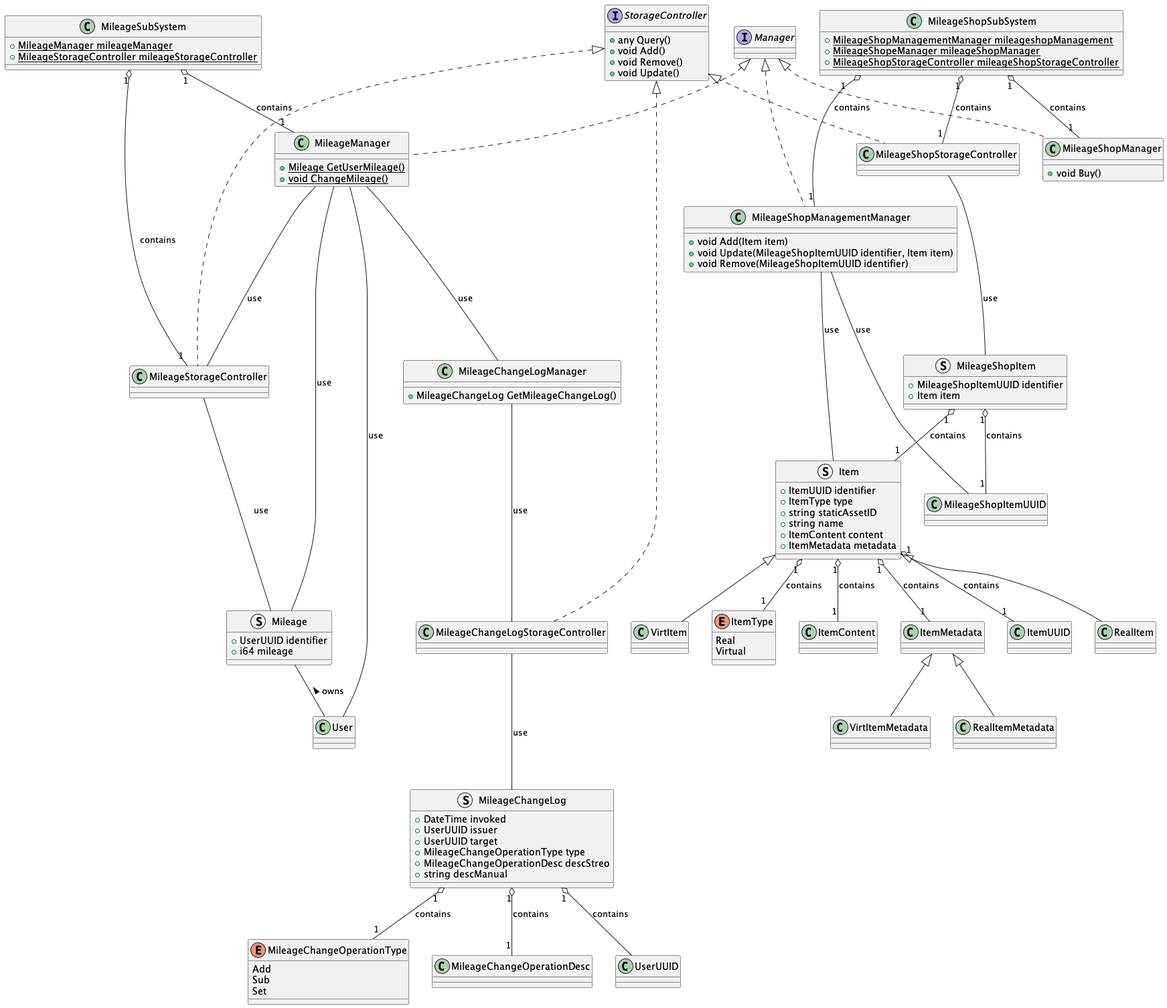
Before: rendered/Mileage.png, a diagram exported from PlantUML (ShapeLayer/se-lecture-task__project-structure-definitions).
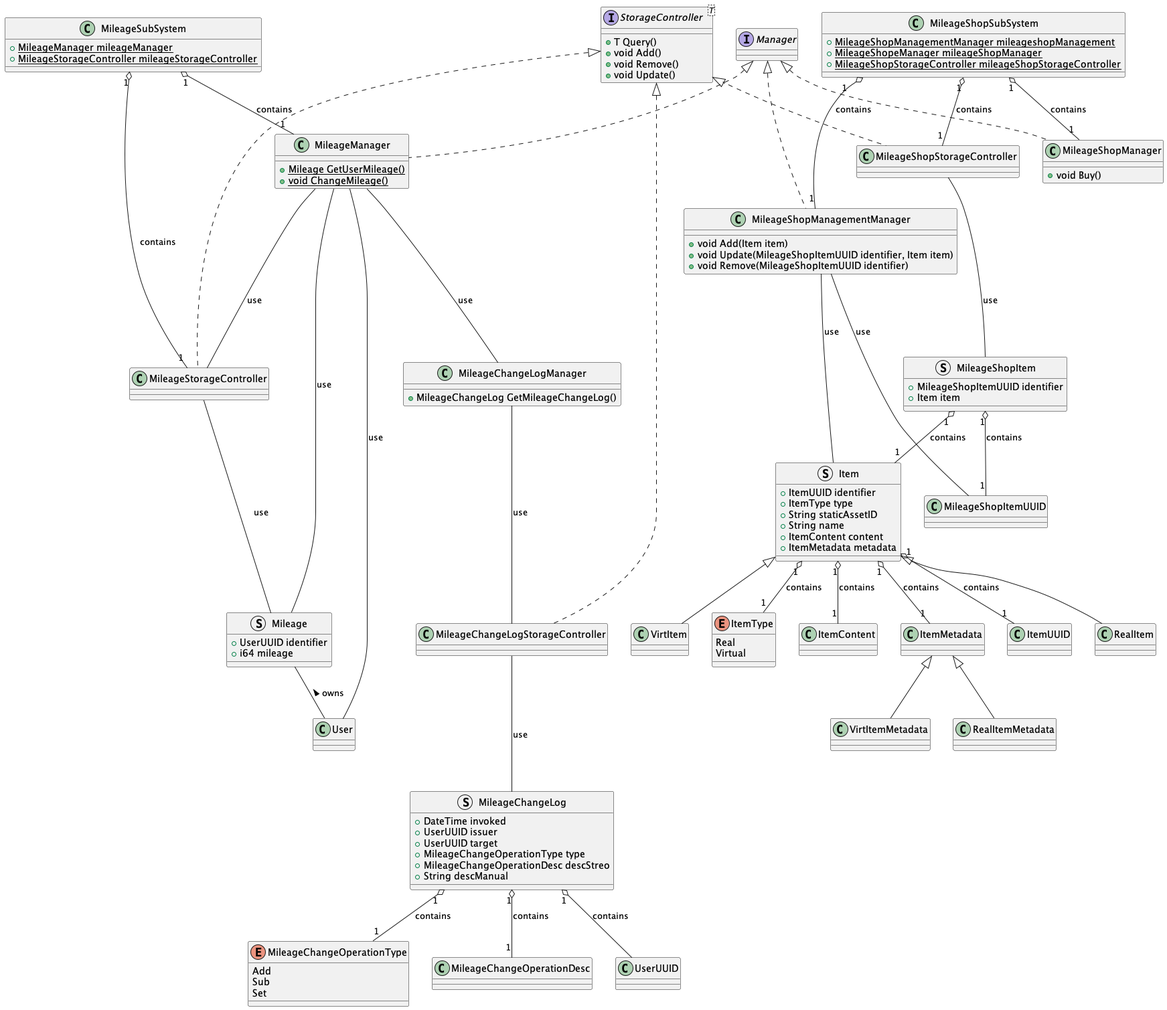
Above is the later version.

Diff of the diagram source:
```diff
@@ -1,7 +1,7 @@
 @startuml
 Interface Manager
-Interface StorageController {
-    + any Query()
+Interface StorageController<T> {
+    + T Query()
     + void Add()
     + void Remove()
     + void Update()
@@ -20,8 +20,8 @@
 struct Item {
     + ItemUUID identifier
     + ItemType type
-    + string staticAssetID
-    + string name
+    + String staticAssetID
+    + String name
     + ItemContent content
     + ItemMetadata metadata
 }
@@ -56,7 +56,7 @@
     + UserUUID target
     + MileageChangeOperationType type
     + MileageChangeOperationDesc descStreo
-    + string descManual
+    + String descManual
 }
 
 MileageChangeLog "1" o-- UserUUID : contains
```
